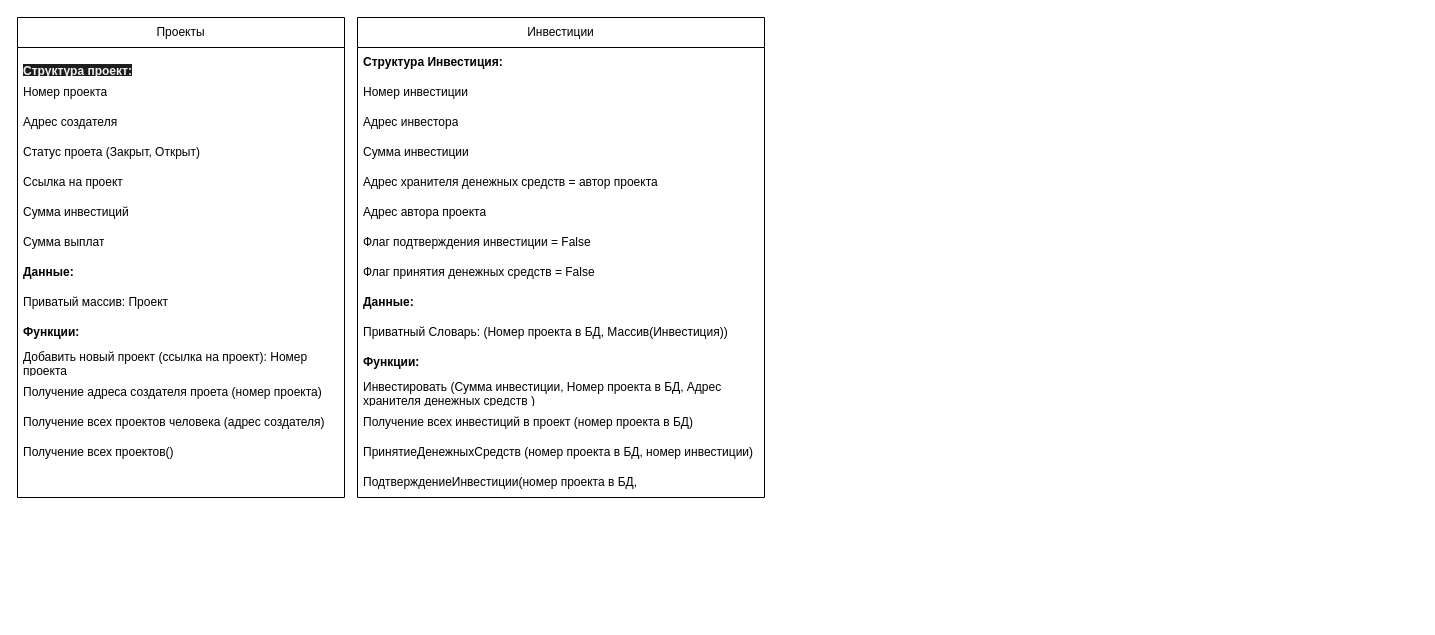
Above: Схема/СхемаСмарт-контракты.drawio in VavilonBase/blockchain_crowdfunding (draw.io), before the change. Source tidied: cells renumbered, new cells numbered last; positions are measured from the earlier drawing's top-left corner, leaving out a move shared by most shapes. Both pictures are drawn from the tidied source at 100%, with x=0, y=0 at pixel (17, 17).
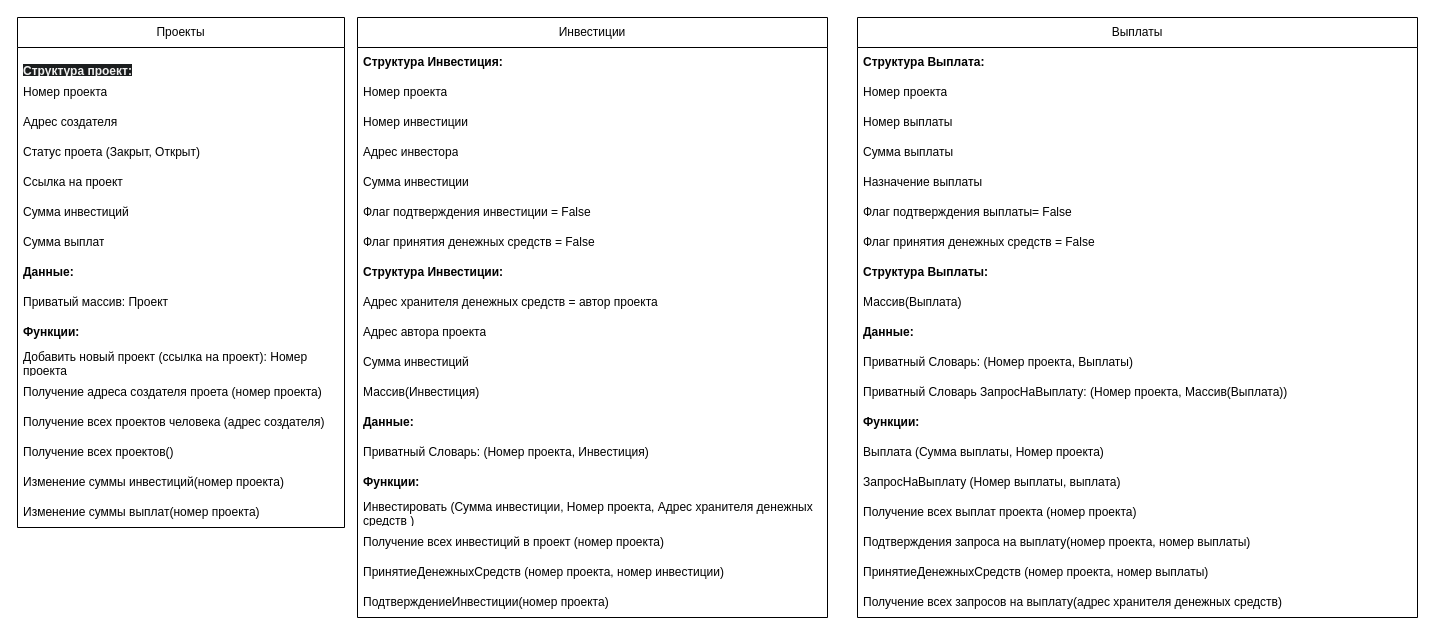
The same page after the edit.

Commit message (it also covers changes not shown here):
Изменение схемы смарт-контракты

Change to the diagram source:
```diff
@@
     <mxCell id="2" value="Проекты" style="swimlane;fontStyle=0;horizontal=1;startSize=30;whiteSpace=wrap;html=1;" parent="1" vertex="1">
-      <mxGeometry width="327" height="480" as="geometry" />
+      <mxGeometry width="327" height="510" as="geometry" />
     </mxCell>
@@
-    <mxCell id="17" style="text;strokeColor=none;fillColor=none;align=left;verticalAlign=middle;spacingLeft=4;spacingRight=4;overflow=hidden;whiteSpace=wrap;html=1;" parent="2" vertex="1">
+    <mxCell id="17" value="Изменение суммы инвестиций(номер проекта)" style="text;strokeColor=none;fillColor=none;align=left;verticalAlign=middle;spacingLeft=4;spacingRight=4;overflow=hidden;whiteSpace=wrap;html=1;" parent="2" vertex="1">
       <mxGeometry y="450" width="327" height="30" as="geometry" />
     </mxCell>
+    <mxCell id="35" value="Изменение суммы выплат(номер проекта)" style="text;strokeColor=none;fillColor=none;align=left;verticalAlign=middle;spacingLeft=4;spacingRight=4;overflow=hidden;whiteSpace=wrap;html=1;" parent="2" vertex="1">
+      <mxGeometry y="480" width="327" height="30" as="geometry" />
+    </mxCell>
     <mxCell id="18" value="Инвестиции" style="swimlane;fontStyle=0;horizontal=1;startSize=30;whiteSpace=wrap;html=1;" parent="1" vertex="1">
-      <mxGeometry x="340" width="407" height="480" as="geometry" />
+      <mxGeometry x="340" width="470" height="600" as="geometry" />
     </mxCell>
     <mxCell id="19" value="&lt;b&gt;Структура Инвестиция:&lt;/b&gt;" style="text;strokeColor=none;fillColor=none;align=left;verticalAlign=middle;spacingLeft=4;spacingRight=4;overflow=hidden;whiteSpace=wrap;html=1;" parent="18" vertex="1">
-      <mxGeometry y="30" width="407" height="30" as="geometry" />
+      <mxGeometry y="30" width="470" height="30" as="geometry" />
     </mxCell>
+    <mxCell id="36" value="Номер проекта" style="text;strokeColor=none;fillColor=none;align=left;verticalAlign=middle;spacingLeft=4;spacingRight=4;overflow=hidden;whiteSpace=wrap;html=1;" parent="18" vertex="1">
+      <mxGeometry y="60" width="470" height="30" as="geometry" />
+    </mxCell>
     <mxCell id="20" value="Номер инвестиции" style="text;strokeColor=none;fillColor=none;align=left;verticalAlign=middle;spacingLeft=4;spacingRight=4;overflow=hidden;whiteSpace=wrap;html=1;" parent="18" vertex="1">
-      <mxGeometry y="60" width="407" height="30" as="geometry" />
+      <mxGeometry y="90" width="470" height="30" as="geometry" />
     </mxCell>
     <mxCell id="21" value="Адрес инвестора" style="text;strokeColor=none;fillColor=none;align=left;verticalAlign=middle;spacingLeft=4;spacingRight=4;overflow=hidden;whiteSpace=wrap;html=1;" parent="18" vertex="1">
-      <mxGeometry y="90" width="407" height="30" as="geometry" />
+      <mxGeometry y="120" width="470" height="30" as="geometry" />
     </mxCell>
     <mxCell id="22" value="Сумма инвестиции" style="text;strokeColor=none;fillColor=none;align=left;verticalAlign=middle;spacingLeft=4;spacingRight=4;overflow=hidden;whiteSpace=wrap;html=1;" parent="18" vertex="1">
-      <mxGeometry y="120" width="407" height="30" as="geometry" />
+      <mxGeometry y="150" width="470" height="30" as="geometry" />
     </mxCell>
+    <mxCell id="25" value="Флаг подтверждения инвестиции = False" style="text;strokeColor=none;fillColor=none;align=left;verticalAlign=middle;spacingLeft=4;spacingRight=4;overflow=hidden;whiteSpace=wrap;html=1;" parent="18" vertex="1">
+      <mxGeometry y="180" width="470" height="30" as="geometry" />
+    </mxCell>
+    <mxCell id="26" value="Флаг принятия денежных средств = False" style="text;strokeColor=none;fillColor=none;align=left;verticalAlign=middle;spacingLeft=4;spacingRight=4;overflow=hidden;whiteSpace=wrap;html=1;" parent="18" vertex="1">
+      <mxGeometry y="210" width="470" height="30" as="geometry" />
+    </mxCell>
+    <mxCell id="37" value="&lt;b&gt;Структура Инвестиции:&lt;/b&gt;" style="text;strokeColor=none;fillColor=none;align=left;verticalAlign=middle;spacingLeft=4;spacingRight=4;overflow=hidden;whiteSpace=wrap;html=1;" parent="18" vertex="1">
+      <mxGeometry y="240" width="470" height="30" as="geometry" />
+    </mxCell>
     <mxCell id="23" value="Адрес хранителя денежных средств = автор проекта" style="text;strokeColor=none;fillColor=none;align=left;verticalAlign=middle;spacingLeft=4;spacingRight=4;overflow=hidden;whiteSpace=wrap;html=1;" parent="18" vertex="1">
-      <mxGeometry y="150" width="407" height="30" as="geometry" />
+      <mxGeometry y="270" width="470" height="30" as="geometry" />
     </mxCell>
     <mxCell id="24" value="Адрес автора проекта" style="text;strokeColor=none;fillColor=none;align=left;verticalAlign=middle;spacingLeft=4;spacingRight=4;overflow=hidden;whiteSpace=wrap;html=1;" parent="18" vertex="1">
-      <mxGeometry y="180" width="407" height="30" as="geometry" />
+      <mxGeometry y="300" width="470" height="30" as="geometry" />
     </mxCell>
-    <mxCell id="25" value="Флаг подтверждения инвестиции = False" style="text;strokeColor=none;fillColor=none;align=left;verticalAlign=middle;spacingLeft=4;spacingRight=4;overflow=hidden;whiteSpace=wrap;html=1;" parent="18" vertex="1">
-      <mxGeometry y="210" width="407" height="30" as="geometry" />
-    </mxCell>
-    <mxCell id="26" value="Флаг принятия денежных средств = False" style="text;strokeColor=none;fillColor=none;align=left;verticalAlign=middle;spacingLeft=4;spacingRight=4;overflow=hidden;whiteSpace=wrap;html=1;" parent="18" vertex="1">
-      <mxGeometry y="240" width="407" height="30" as="geometry" />
-    </mxCell>
+    <mxCell id="38" value="Сумма инвестиций" style="text;strokeColor=none;fillColor=none;align=left;verticalAlign=middle;spacingLeft=4;spacingRight=4;overflow=hidden;whiteSpace=wrap;html=1;" parent="18" vertex="1">
+      <mxGeometry y="330" width="470" height="30" as="geometry" />
+    </mxCell>
+    <mxCell id="39" value="Массив(Инвестиция)" style="text;strokeColor=none;fillColor=none;align=left;verticalAlign=middle;spacingLeft=4;spacingRight=4;overflow=hidden;whiteSpace=wrap;html=1;" parent="18" vertex="1">
+      <mxGeometry y="360" width="470" height="30" as="geometry" />
+    </mxCell>
     <mxCell id="27" value="&lt;b&gt;Данные:&lt;/b&gt;" style="text;strokeColor=none;fillColor=none;align=left;verticalAlign=middle;spacingLeft=4;spacingRight=4;overflow=hidden;whiteSpace=wrap;html=1;" parent="18" vertex="1">
-      <mxGeometry y="270" width="407" height="30" as="geometry" />
+      <mxGeometry y="390" width="470" height="30" as="geometry" />
     </mxCell>
-    <mxCell id="28" value="Приватный Словарь: (Номер проекта в БД, Массив(Инвестиция))" style="text;strokeColor=none;fillColor=none;align=left;verticalAlign=middle;spacingLeft=4;spacingRight=4;overflow=hidden;whiteSpace=wrap;html=1;" parent="18" vertex="1">
-      <mxGeometry y="300" width="407" height="30" as="geometry" />
+    <mxCell id="28" value="Приватный Словарь: (Номер проекта, Инвестиция)" style="text;strokeColor=none;fillColor=none;align=left;verticalAlign=middle;spacingLeft=4;spacingRight=4;overflow=hidden;whiteSpace=wrap;html=1;" parent="18" vertex="1">
+      <mxGeometry y="420" width="470" height="30" as="geometry" />
     </mxCell>
     <mxCell id="29" value="&lt;b&gt;Функции:&lt;/b&gt;" style="text;strokeColor=none;fillColor=none;align=left;verticalAlign=middle;spacingLeft=4;spacingRight=4;overflow=hidden;whiteSpace=wrap;html=1;" parent="18" vertex="1">
-      <mxGeometry y="330" width="407" height="30" as="geometry" />
+      <mxGeometry y="450" width="470" height="30" as="geometry" />
     </mxCell>
-    <mxCell id="30" value="&lt;span style=&quot;background-color: initial;&quot;&gt;Инвестировать (Сумма инвестиции, Номер проекта в БД, Адрес хранителя денежных средств )&lt;/span&gt;" style="text;strokeColor=none;fillColor=none;align=left;verticalAlign=middle;spacingLeft=4;spacingRight=4;overflow=hidden;whiteSpace=wrap;html=1;" parent="18" vertex="1">
-      <mxGeometry y="360" width="407" height="30" as="geometry" />
+    <mxCell id="30" value="&lt;span style=&quot;background-color: initial;&quot;&gt;Инвестировать (Сумма инвестиции, Номер проекта, Адрес хранителя денежных средств )&lt;/span&gt;" style="text;strokeColor=none;fillColor=none;align=left;verticalAlign=middle;spacingLeft=4;spacingRight=4;overflow=hidden;whiteSpace=wrap;html=1;" parent="18" vertex="1">
+      <mxGeometry y="480" width="470" height="30" as="geometry" />
     </mxCell>
-    <mxCell id="31" value="Получение всех инвестиций в проект (номер проекта в БД)" style="text;strokeColor=none;fillColor=none;align=left;verticalAlign=middle;spacingLeft=4;spacingRight=4;overflow=hidden;whiteSpace=wrap;html=1;" parent="18" vertex="1">
-      <mxGeometry y="390" width="407" height="30" as="geometry" />
+    <mxCell id="31" value="Получение всех инвестиций в проект (номер проекта)" style="text;strokeColor=none;fillColor=none;align=left;verticalAlign=middle;spacingLeft=4;spacingRight=4;overflow=hidden;whiteSpace=wrap;html=1;" parent="18" vertex="1">
+      <mxGeometry y="510" width="470" height="30" as="geometry" />
     </mxCell>
-    <mxCell id="32" value="ПринятиеДенежныхСредств (номер проекта в БД, номер инвестиции)" style="text;strokeColor=none;fillColor=none;align=left;verticalAlign=middle;spacingLeft=4;spacingRight=4;overflow=hidden;whiteSpace=wrap;html=1;" parent="18" vertex="1">
-      <mxGeometry y="420" width="407" height="30" as="geometry" />
+    <mxCell id="32" value="ПринятиеДенежныхСредств (номер проекта, номер инвестиции)" style="text;strokeColor=none;fillColor=none;align=left;verticalAlign=middle;spacingLeft=4;spacingRight=4;overflow=hidden;whiteSpace=wrap;html=1;" parent="18" vertex="1">
+      <mxGeometry y="540" width="470" height="30" as="geometry" />
     </mxCell>
-    <mxCell id="33" value="ПодтверждениеИнвестиции(номер проекта в БД,&amp;nbsp;" style="text;strokeColor=none;fillColor=none;align=left;verticalAlign=middle;spacingLeft=4;spacingRight=4;overflow=hidden;whiteSpace=wrap;html=1;" parent="18" vertex="1">
-      <mxGeometry y="450" width="407" height="30" as="geometry" />
+    <mxCell id="33" value="ПодтверждениеИнвестиции(номер проекта)" style="text;strokeColor=none;fillColor=none;align=left;verticalAlign=middle;spacingLeft=4;spacingRight=4;overflow=hidden;whiteSpace=wrap;html=1;" parent="18" vertex="1">
+      <mxGeometry y="570" width="470" height="30" as="geometry" />
     </mxCell>
@@
+    <mxCell id="40" value="Выплаты" style="swimlane;fontStyle=0;horizontal=1;startSize=30;whiteSpace=wrap;html=1;" parent="1" vertex="1">
+      <mxGeometry x="840" width="560" height="600" as="geometry" />
+    </mxCell>
+    <mxCell id="41" value="&lt;b&gt;Структура Выплата:&lt;/b&gt;" style="text;strokeColor=none;fillColor=none;align=left;verticalAlign=middle;spacingLeft=4;spacingRight=4;overflow=hidden;whiteSpace=wrap;html=1;" parent="40" vertex="1">
+      <mxGeometry y="30" width="560" height="30" as="geometry" />
+    </mxCell>
+    <mxCell id="42" value="Номер проекта" style="text;strokeColor=none;fillColor=none;align=left;verticalAlign=middle;spacingLeft=4;spacingRight=4;overflow=hidden;whiteSpace=wrap;html=1;" parent="40" vertex="1">
+      <mxGeometry y="60" width="560" height="30" as="geometry" />
+    </mxCell>
+    <mxCell id="43" value="Номер выплаты" style="text;strokeColor=none;fillColor=none;align=left;verticalAlign=middle;spacingLeft=4;spacingRight=4;overflow=hidden;whiteSpace=wrap;html=1;" parent="40" vertex="1">
+      <mxGeometry y="90" width="560" height="30" as="geometry" />
+    </mxCell>
+    <mxCell id="44" value="Сумма выплаты" style="text;strokeColor=none;fillColor=none;align=left;verticalAlign=middle;spacingLeft=4;spacingRight=4;overflow=hidden;whiteSpace=wrap;html=1;" parent="40" vertex="1">
+      <mxGeometry y="120" width="560" height="30" as="geometry" />
+    </mxCell>
+    <mxCell id="45" value="Назначение выплаты" style="text;strokeColor=none;fillColor=none;align=left;verticalAlign=middle;spacingLeft=4;spacingRight=4;overflow=hidden;whiteSpace=wrap;html=1;" parent="40" vertex="1">
+      <mxGeometry y="150" width="560" height="30" as="geometry" />
+    </mxCell>
+    <mxCell id="46" value="Флаг подтверждения выплаты= False" style="text;strokeColor=none;fillColor=none;align=left;verticalAlign=middle;spacingLeft=4;spacingRight=4;overflow=hidden;whiteSpace=wrap;html=1;" parent="40" vertex="1">
+      <mxGeometry y="180" width="560" height="30" as="geometry" />
+    </mxCell>
+    <mxCell id="47" value="Флаг принятия денежных средств = False" style="text;strokeColor=none;fillColor=none;align=left;verticalAlign=middle;spacingLeft=4;spacingRight=4;overflow=hidden;whiteSpace=wrap;html=1;" parent="40" vertex="1">
+      <mxGeometry y="210" width="560" height="30" as="geometry" />
+    </mxCell>
+    <mxCell id="48" value="&lt;b&gt;Структура Выплаты:&lt;/b&gt;" style="text;strokeColor=none;fillColor=none;align=left;verticalAlign=middle;spacingLeft=4;spacingRight=4;overflow=hidden;whiteSpace=wrap;html=1;" parent="40" vertex="1">
+      <mxGeometry y="240" width="560" height="30" as="geometry" />
+    </mxCell>
+    <mxCell id="49" value="Массив(Выплата)" style="text;strokeColor=none;fillColor=none;align=left;verticalAlign=middle;spacingLeft=4;spacingRight=4;overflow=hidden;whiteSpace=wrap;html=1;" parent="40" vertex="1">
+      <mxGeometry y="270" width="560" height="30" as="geometry" />
+    </mxCell>
+    <mxCell id="50" value="&lt;b&gt;Данные:&lt;/b&gt;" style="text;strokeColor=none;fillColor=none;align=left;verticalAlign=middle;spacingLeft=4;spacingRight=4;overflow=hidden;whiteSpace=wrap;html=1;" parent="40" vertex="1">
+      <mxGeometry y="300" width="560" height="30" as="geometry" />
+    </mxCell>
+    <mxCell id="51" value="Приватный Словарь: (Номер проекта, Выплаты)" style="text;strokeColor=none;fillColor=none;align=left;verticalAlign=middle;spacingLeft=4;spacingRight=4;overflow=hidden;whiteSpace=wrap;html=1;" parent="40" vertex="1">
+      <mxGeometry y="330" width="560" height="30" as="geometry" />
+    </mxCell>
+    <mxCell id="52" value="Приватный Словарь ЗапросНаВыплату: (Номер проекта, Массив(Выплата))" style="text;strokeColor=none;fillColor=none;align=left;verticalAlign=middle;spacingLeft=4;spacingRight=4;overflow=hidden;whiteSpace=wrap;html=1;" parent="40" vertex="1">
+      <mxGeometry y="360" width="560" height="30" as="geometry" />
+    </mxCell>
+    <mxCell id="53" value="&lt;b&gt;Функции:&lt;/b&gt;" style="text;strokeColor=none;fillColor=none;align=left;verticalAlign=middle;spacingLeft=4;spacingRight=4;overflow=hidden;whiteSpace=wrap;html=1;" parent="40" vertex="1">
+      <mxGeometry y="390" width="560" height="30" as="geometry" />
+    </mxCell>
+    <mxCell id="54" value="&lt;span style=&quot;background-color: initial;&quot;&gt;Выплата (Сумма выплаты, Номер проекта)&lt;/span&gt;" style="text;strokeColor=none;fillColor=none;align=left;verticalAlign=middle;spacingLeft=4;spacingRight=4;overflow=hidden;whiteSpace=wrap;html=1;" parent="40" vertex="1">
+      <mxGeometry y="420" width="560" height="30" as="geometry" />
+    </mxCell>
+    <mxCell id="55" value="&lt;div&gt;ЗапросНаВыплату (Номер выплаты, выплата)&lt;/div&gt;" style="text;strokeColor=none;fillColor=none;align=left;verticalAlign=middle;spacingLeft=4;spacingRight=4;overflow=hidden;whiteSpace=wrap;html=1;" parent="40" vertex="1">
+      <mxGeometry y="450" width="560" height="30" as="geometry" />
+    </mxCell>
+    <mxCell id="56" value="Получение всех выплат проекта (номер проекта)" style="text;strokeColor=none;fillColor=none;align=left;verticalAlign=middle;spacingLeft=4;spacingRight=4;overflow=hidden;whiteSpace=wrap;html=1;" parent="40" vertex="1">
+      <mxGeometry y="480" width="560" height="30" as="geometry" />
+    </mxCell>
+    <mxCell id="57" value="Подтверждения запроса на выплату(номер проекта, номер выплаты)" style="text;strokeColor=none;fillColor=none;align=left;verticalAlign=middle;spacingLeft=4;spacingRight=4;overflow=hidden;whiteSpace=wrap;html=1;" parent="40" vertex="1">
+      <mxGeometry y="510" width="560" height="30" as="geometry" />
+    </mxCell>
+    <mxCell id="58" value="ПринятиеДенежныхСредств (номер проекта, номер выплаты)" style="text;strokeColor=none;fillColor=none;align=left;verticalAlign=middle;spacingLeft=4;spacingRight=4;overflow=hidden;whiteSpace=wrap;html=1;" parent="40" vertex="1">
+      <mxGeometry y="540" width="560" height="30" as="geometry" />
+    </mxCell>
+    <mxCell id="59" value="Получение всех запросов на выплату(адрес хранителя денежных средств)" style="text;strokeColor=none;fillColor=none;align=left;verticalAlign=middle;spacingLeft=4;spacingRight=4;overflow=hidden;whiteSpace=wrap;html=1;" parent="40" vertex="1">
+      <mxGeometry y="570" width="560" height="30" as="geometry" />
+    </mxCell>
```
